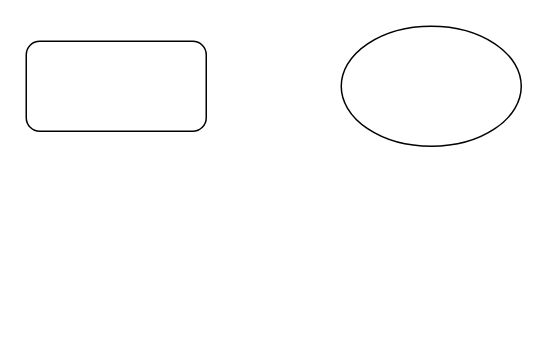
Above: page "ページ1" (1 of 2) of drawio/integ_drawio_test.drawio in hiroya-sano/test-repo (draw.io), before the change. Source tidied: cells renumbered, new cells numbered last; positions are measured from the earlier drawing's top-left corner, leaving out a move shared by most shapes. Both pictures are drawn from the tidied source at 150%, with x=0, y=0 at pixel (26, 26).
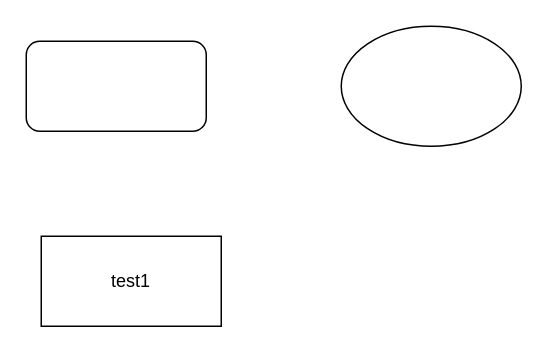
The same page after the edit.

What changed in the source:
```diff
@@
 <mxGraphModel>
   <root>
     <mxCell id="0" />
     <mxCell id="1" parent="0" />
     <mxCell id="2" style="rounded=1;whiteSpace=wrap;html=1;" parent="1" vertex="1">
       <mxGeometry y="10" width="120" height="60" as="geometry" />
     </mxCell>
     <mxCell id="3" style="ellipse;whiteSpace=wrap;html=1;" parent="1" vertex="1">
       <mxGeometry x="210" width="120" height="80" as="geometry" />
     </mxCell>
+    <mxCell id="4" value="test1" style="rounded=0;whiteSpace=wrap;html=1;" parent="1" vertex="1">
+      <mxGeometry x="10" y="140" width="120" height="60" as="geometry" />
+    </mxCell>
   </root>
 </mxGraphModel>
```
